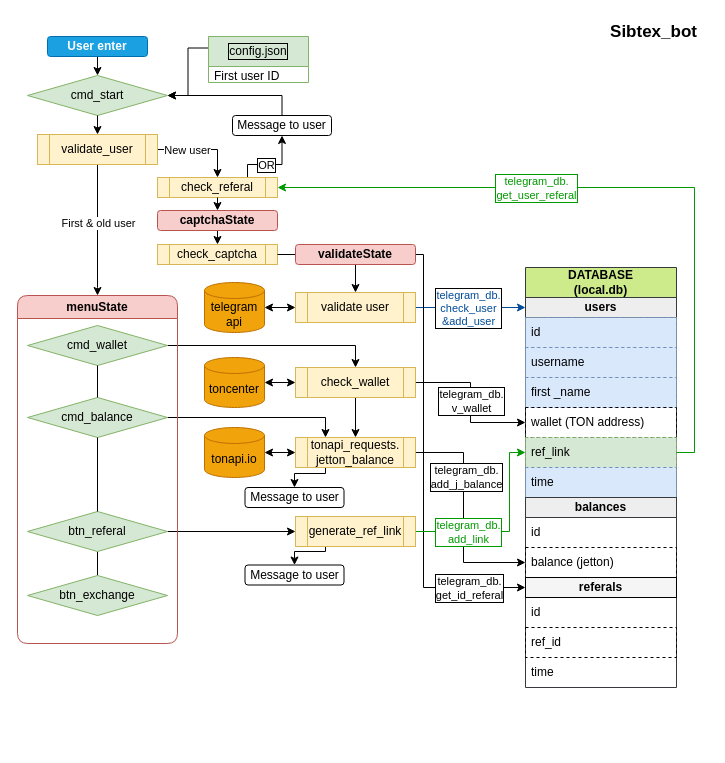
traptor/Sibton keeps this draw.io diagram as sibtex_bot.drawio. Above is the earlier version. Source tidied: cells renumbered, new cells numbered last; positions are measured from the earlier drawing's top-left corner, leaving out a move shared by most shapes. Both pictures are drawn from the tidied source at 100%, with x=0, y=0 at pixel (17, 17).
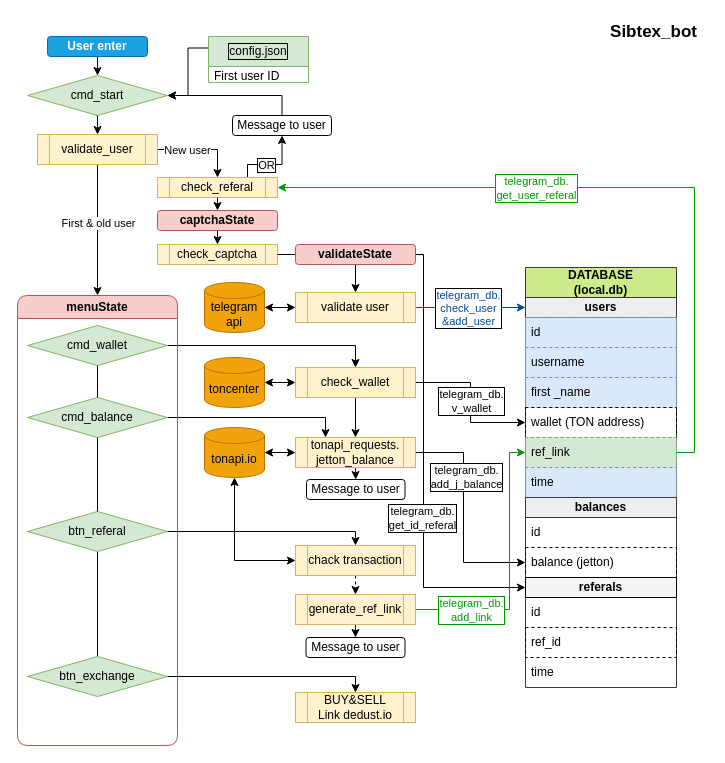
After the change.

Unchanged cells that the change refers to:
```xml
<mxCell id="15" value="ref_link" style="text;strokeColor=#82b366;fillColor=#d5e8d4;align=left;verticalAlign=middle;spacingLeft=4;spacingRight=4;overflow=hidden;points=[[0,0.5],[1,0.5]];portConstraint=eastwest;whiteSpace=wrap;html=1;labelBackgroundColor=none;labelBorderColor=none;shadow=0;dashed=1;" parent="9" vertex="1">
  <mxGeometry y="170" width="151" height="30" as="geometry" />
</mxCell>
<mxCell id="27" value="tonapi.io" style="shape=cylinder3;whiteSpace=wrap;html=1;boundedLbl=1;backgroundOutline=1;size=8;fillColor=#f0a30a;fontColor=#000000;strokeColor=#BD7000;" parent="1" vertex="1">
  <mxGeometry x="187" y="410" width="60" height="50" as="geometry" />
</mxCell>
<mxCell id="43" style="edgeStyle=orthogonalEdgeStyle;rounded=0;jettySize=auto;html=1;entryX=0;entryY=0.5;entryDx=0;entryDy=0;endArrow=classic;endFill=1;exitX=1;exitY=0.5;exitDx=0;exitDy=0;" parent="1" edge="1" source="75" target="20">
  <mxGeometry relative="1" as="geometry">
    <Array as="points">
      <mxPoint x="406" y="237" />
      <mxPoint x="406" y="570" />
    </Array>
  </mxGeometry>
</mxCell>
<mxCell id="63" value="btn_referal" style="rhombus;whiteSpace=wrap;html=1;labelBackgroundColor=none;labelBorderColor=none;fillColor=#d5e8d4;strokeColor=#82b366;" parent="58" vertex="1">
  <mxGeometry x="10" y="216" width="140" height="40" as="geometry" />
</mxCell>
<mxCell id="76" value="tonapi_requests.&lt;br&gt;jetton_balance" style="shape=process;whiteSpace=wrap;html=1;backgroundOutline=1;fillColor=#fff2cc;strokeColor=#d6b656;" parent="1" vertex="1">
  <mxGeometry x="278" y="420" width="120" height="30" as="geometry" />
</mxCell>
```

Diff of the diagram source:
```diff
@@
+    <mxCell id="79" style="edgeStyle=orthogonalEdgeStyle;rounded=0;jettySize=auto;html=1;exitX=0.5;exitY=1;exitDx=0;exitDy=0;entryX=0.5;entryY=0;entryDx=0;entryDy=0;dashed=1;" parent="1" edge="1" source="85" target="47">
+      <mxGeometry relative="1" as="geometry" />
+    </mxCell>
@@
-    <mxCell id="26" style="edgeStyle=orthogonalEdgeStyle;rounded=0;jettySize=auto;html=1;exitX=0.25;exitY=1;exitDx=0;exitDy=0;entryX=0.5;entryY=0;entryDx=0;entryDy=0;endArrow=classic;endFill=1;" parent="1" edge="1" source="76" target="48">
-      <mxGeometry relative="1" as="geometry">
-        <Array as="points">
-          <mxPoint x="308" y="456" />
-          <mxPoint x="277" y="456" />
-        </Array>
-      </mxGeometry>
-    </mxCell>
@@
-    <mxCell id="41" style="edgeStyle=orthogonalEdgeStyle;rounded=0;jettySize=auto;html=1;exitX=1;exitY=0.5;exitDx=0;exitDy=0;entryX=0;entryY=0.5;entryDx=0;entryDy=0;endArrow=classic;endFill=1;" parent="1" edge="1" source="63" target="47">
-      <mxGeometry relative="1" as="geometry" />
-    </mxCell>
-    <mxCell id="42" style="edgeStyle=orthogonalEdgeStyle;rounded=0;jettySize=auto;html=1;exitX=0.25;exitY=1;exitDx=0;exitDy=0;entryX=0.5;entryY=0;entryDx=0;entryDy=0;endArrow=classic;endFill=1;" parent="1" edge="1" target="49">
-      <mxGeometry relative="1" as="geometry">
-        <mxPoint x="308" y="527" as="sourcePoint" />
-        <Array as="points">
-          <mxPoint x="308" y="534" />
-          <mxPoint x="277" y="534" />
-        </Array>
-      </mxGeometry>
-    </mxCell>
@@
     <mxCell id="44" value="telegram_db.&lt;br&gt;get_id_referal" style="edgeLabel;html=1;align=center;verticalAlign=middle;labelBorderColor=default;" parent="43" vertex="1">
       <mxGeometry x="0.68" y="2" relative="1" as="geometry">
-        <mxPoint x="14" y="2" as="offset" />
+        <mxPoint x="-33" y="-68" as="offset" />
       </mxGeometry>
     </mxCell>
     <mxCell id="45" style="edgeStyle=orthogonalEdgeStyle;rounded=0;jettySize=auto;html=1;exitX=1;exitY=0.5;exitDx=0;exitDy=0;entryX=0;entryY=0.5;entryDx=0;entryDy=0;endArrow=classic;endFill=1;strokeColor=#009900;" parent="1" edge="1" source="47" target="15">
       <mxGeometry relative="1" as="geometry">
         <Array as="points">
-          <mxPoint x="492" y="514" />
+          <mxPoint x="492" y="592" />
           <mxPoint x="492" y="435" />
         </Array>
       </mxGeometry>
     </mxCell>
     <mxCell id="46" value="telegram_db.&lt;br&gt;add_link" style="edgeLabel;html=1;align=center;verticalAlign=middle;labelBorderColor=#009900;fontColor=#009900;" parent="45" vertex="1">
       <mxGeometry x="-0.31" y="1" relative="1" as="geometry">
-        <mxPoint x="-13" y="1" as="offset" />
+        <mxPoint x="-37" y="1" as="offset" />
       </mxGeometry>
     </mxCell>
+    <mxCell id="80" style="edgeStyle=orthogonalEdgeStyle;rounded=0;jettySize=auto;html=1;exitX=0.5;exitY=1;exitDx=0;exitDy=0;entryX=0.5;entryY=0;entryDx=0;entryDy=0;endArrow=classic;endFill=1;" parent="1" edge="1" source="47" target="49">
+      <mxGeometry relative="1" as="geometry" />
+    </mxCell>
     <mxCell id="47" value="generate_ref_link" style="shape=process;whiteSpace=wrap;html=1;backgroundOutline=1;fillColor=#fff2cc;strokeColor=#d6b656;" parent="1" vertex="1">
-      <mxGeometry x="278" y="499" width="120" height="30" as="geometry" />
+      <mxGeometry x="278" y="577" width="120" height="30" as="geometry" />
     </mxCell>
     <mxCell id="48" value="Message to user" style="rounded=1;whiteSpace=wrap;html=1;strokeColor=#000000;gradientColor=none;" parent="1" vertex="1">
-      <mxGeometry x="227.5" y="470" width="99" height="20" as="geometry" />
+      <mxGeometry x="289" y="462" width="98.5" height="20" as="geometry" />
     </mxCell>
     <mxCell id="49" value="Message to user" style="rounded=1;whiteSpace=wrap;html=1;strokeColor=#000000;gradientColor=none;" parent="1" vertex="1">
-      <mxGeometry x="227.5" y="547.5" width="99" height="20" as="geometry" />
+      <mxGeometry x="288.5" y="620" width="99" height="20" as="geometry" />
     </mxCell>
@@
     <mxCell id="58" value="menuState" style="swimlane;whiteSpace=wrap;html=1;fillColor=#f8cecc;strokeColor=#b85450;rounded=1;" parent="1" vertex="1">
-      <mxGeometry y="278" width="160" height="348" as="geometry" />
+      <mxGeometry y="278" width="160" height="450" as="geometry" />
     </mxCell>
@@
     <mxCell id="65" value="btn_exchange" style="rhombus;whiteSpace=wrap;html=1;labelBackgroundColor=none;labelBorderColor=none;fillColor=#d5e8d4;strokeColor=#82b366;" parent="58" vertex="1">
-      <mxGeometry x="10" y="280" width="140" height="40" as="geometry" />
+      <mxGeometry x="10" y="361" width="140" height="40" as="geometry" />
     </mxCell>
@@
+    <mxCell id="26" style="edgeStyle=orthogonalEdgeStyle;rounded=0;jettySize=auto;html=1;exitX=0.5;exitY=1;exitDx=0;exitDy=0;entryX=0.5;entryY=0;entryDx=0;entryDy=0;endArrow=classic;endFill=1;" parent="1" edge="1" source="76" target="48">
+      <mxGeometry relative="1" as="geometry" />
+    </mxCell>
@@
+    <mxCell id="81" value="BUY&amp;amp;SELL&lt;br&gt;Link dedust.io" style="shape=process;whiteSpace=wrap;html=1;backgroundOutline=1;fillColor=#fff2cc;strokeColor=#d6b656;" parent="1" vertex="1">
+      <mxGeometry x="278" y="675" width="120" height="30" as="geometry" />
+    </mxCell>
+    <mxCell id="82" style="edgeStyle=orthogonalEdgeStyle;rounded=0;jettySize=auto;html=1;entryX=0.5;entryY=0;entryDx=0;entryDy=0;exitX=1;exitY=0.5;exitDx=0;exitDy=0;" parent="1" edge="1" source="65" target="81">
+      <mxGeometry relative="1" as="geometry">
+        <Array as="points">
+          <mxPoint x="338" y="659" />
+        </Array>
+      </mxGeometry>
+    </mxCell>
+    <mxCell id="83" style="edgeStyle=orthogonalEdgeStyle;rounded=0;jettySize=auto;html=1;exitX=1;exitY=0.5;exitDx=0;exitDy=0;entryX=0.5;entryY=0;entryDx=0;entryDy=0;" parent="1" edge="1" source="63" target="85">
+      <mxGeometry relative="1" as="geometry">
+        <Array as="points">
+          <mxPoint x="338" y="514" />
+        </Array>
+      </mxGeometry>
+    </mxCell>
+    <mxCell id="84" style="edgeStyle=orthogonalEdgeStyle;rounded=0;jettySize=auto;html=1;exitX=0;exitY=0.5;exitDx=0;exitDy=0;entryX=0.5;entryY=1;entryDx=0;entryDy=0;entryPerimeter=0;endArrow=classic;endFill=1;startArrow=classic;startFill=1;" parent="1" edge="1" source="85" target="27">
+      <mxGeometry relative="1" as="geometry" />
+    </mxCell>
+    <mxCell id="85" value="chack transaction" style="shape=process;whiteSpace=wrap;html=1;backgroundOutline=1;fillColor=#fff2cc;strokeColor=#d6b656;" parent="1" vertex="1">
+      <mxGeometry x="278" y="528" width="120" height="30" as="geometry" />
+    </mxCell>
```
